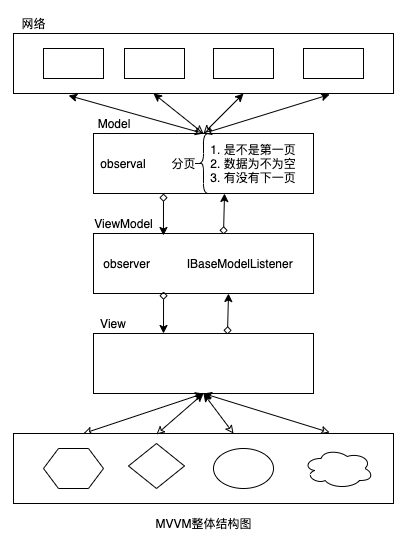
Earlier version of the draw.io export show/mvvm_structure.png (tianyalu/XxxMvvmStructure). Source tidied: cells renumbered, new cells last; positions are measured from the earlier drawing's top-left corner, leaving out a move shared by most shapes.
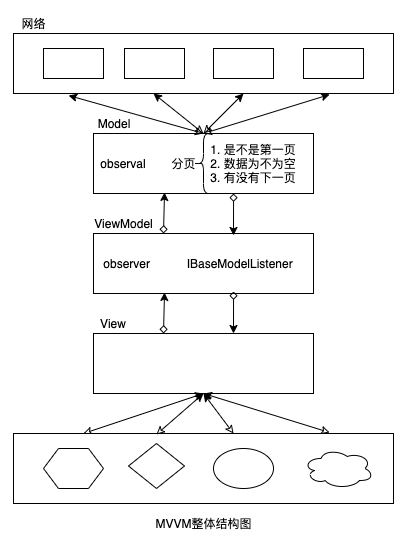
After the change.

Change to the diagram source:
```diff
@@ -70,26 +70,28 @@
     <mxCell id="22" style="endArrow=classic;startArrow=classic;html=1;strokeColor=#000000;strokeWidth=1;fontColor=#000000;exitX=0.5;exitY=0;exitDx=0;exitDy=0;entryX=0.832;entryY=1.017;entryDx=0;entryDy=0;entryPerimeter=0;" parent="1" edge="1" source="8" target="2">
       <mxGeometry relative="1" as="geometry" />
     </mxCell>
-    <mxCell id="23" style="endArrow=classic;html=1;strokeColor=#000000;strokeWidth=1;fontColor=#000000;entryX=0.318;entryY=0.033;entryDx=0;entryDy=0;entryPerimeter=0;" parent="1" edge="1" target="14">
+    <mxCell id="23" style="endArrow=classic;html=1;strokeColor=#000000;strokeWidth=1;fontColor=#000000;entryX=0.318;entryY=0.033;entryDx=0;entryDy=0;entryPerimeter=0;" parent="1" edge="1">
       <mxGeometry relative="1" as="geometry">
-        <mxPoint x="150" y="180" as="sourcePoint" />
+        <mxPoint x="220" y="180" as="sourcePoint" />
+        <mxPoint x="220" y="222" as="targetPoint" />
       </mxGeometry>
     </mxCell>
     <mxCell id="24" style="endArrow=classic;html=1;strokeColor=#000000;strokeWidth=1;fontColor=#000000;entryX=0.318;entryY=0.033;entryDx=0;entryDy=0;entryPerimeter=0;" parent="1" edge="1">
       <mxGeometry relative="1" as="geometry">
-        <mxPoint x="150" y="278" as="sourcePoint" />
-        <mxPoint x="150" y="320" as="targetPoint" />
+        <mxPoint x="220" y="278" as="sourcePoint" />
+        <mxPoint x="220" y="320" as="targetPoint" />
       </mxGeometry>
     </mxCell>
-    <mxCell id="25" style="endArrow=classic;html=1;strokeColor=#000000;strokeWidth=1;fontColor=#000000;exitX=0.609;exitY=0.017;exitDx=0;exitDy=0;exitPerimeter=0;" parent="1" edge="1" source="17">
+    <mxCell id="25" style="endArrow=classic;html=1;strokeColor=#000000;strokeWidth=1;fontColor=#000000;exitX=0.609;exitY=0.017;exitDx=0;exitDy=0;exitPerimeter=0;" parent="1" edge="1">
       <mxGeometry relative="1" as="geometry">
-        <mxPoint x="215" y="280" as="targetPoint" />
+        <mxPoint x="150" y="320" as="sourcePoint" />
+        <mxPoint x="151" y="279" as="targetPoint" />
       </mxGeometry>
     </mxCell>
     <mxCell id="26" style="endArrow=classic;html=1;strokeColor=#000000;strokeWidth=1;fontColor=#000000;exitX=0.609;exitY=0.017;exitDx=0;exitDy=0;exitPerimeter=0;" parent="1" edge="1">
       <mxGeometry relative="1" as="geometry">
-        <mxPoint x="210" y="221" as="sourcePoint" />
-        <mxPoint x="211" y="180" as="targetPoint" />
+        <mxPoint x="150" y="220" as="sourcePoint" />
+        <mxPoint x="151" y="179" as="targetPoint" />
       </mxGeometry>
     </mxCell>
     <mxCell id="27" style="endArrow=classic;startArrow=classic;html=1;strokeColor=#000000;strokeWidth=1;fontColor=#000000;exitX=0.184;exitY=0;exitDx=0;exitDy=0;exitPerimeter=0;" parent="1" edge="1" source="28">
```
